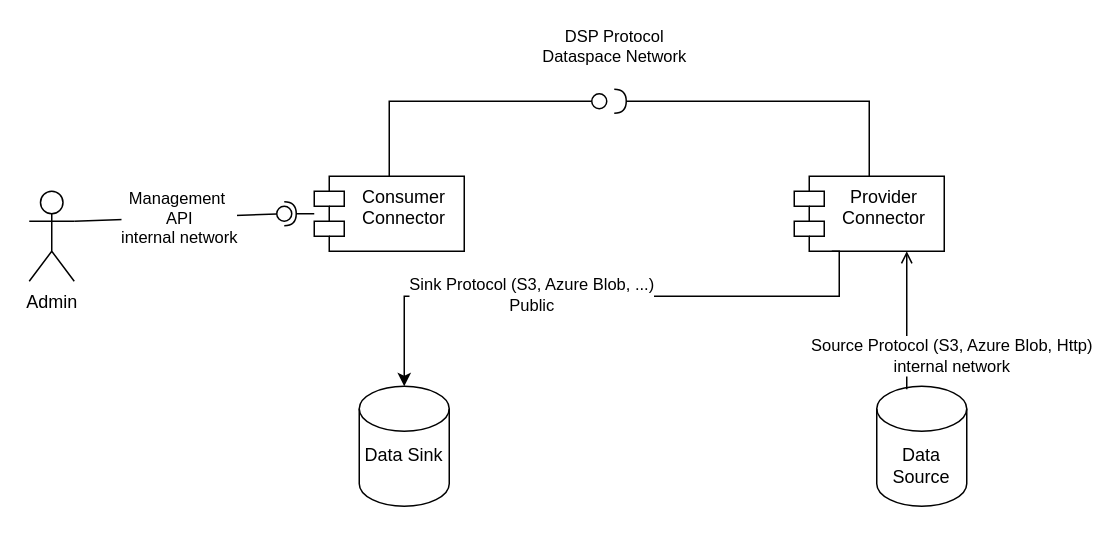
big-data-spaces/connector-api keeps this draw.io diagram as Connect API Collection/connector_api.drawio. Above is the earlier version. Source tidied: cells renumbered, new cells numbered last; positions are measured from the earlier drawing's top-left corner, leaving out a move shared by most shapes. Both pictures are drawn from the tidied source at 150%, with x=0, y=0 at pixel (28, 100).
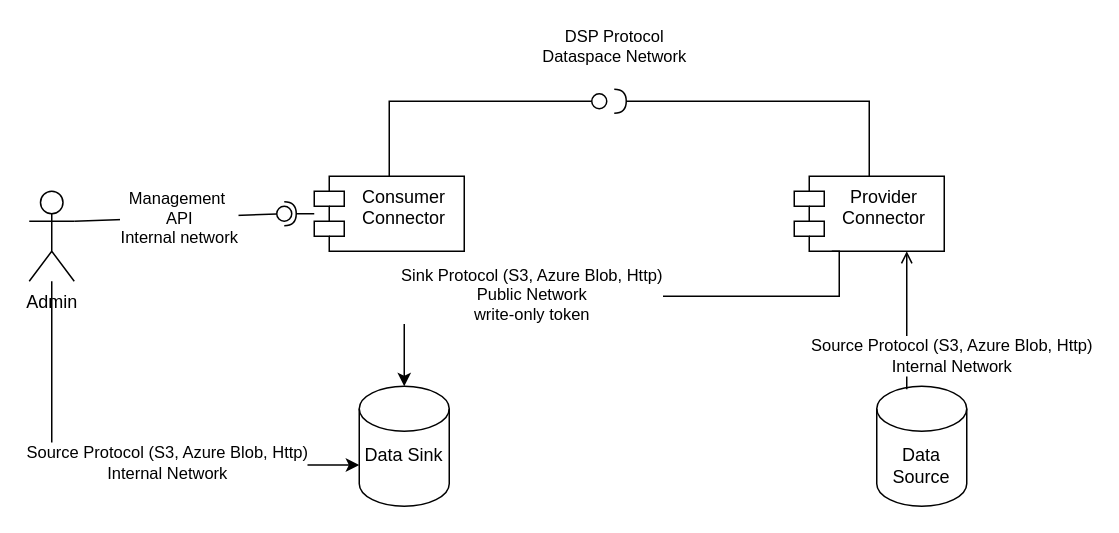
The same diagram, later.

The change refers to these unchanged cells:
```xml
<mxCell id="2" value="Admin" style="shape=umlActor;verticalLabelPosition=bottom;verticalAlign=top;html=1;outlineConnect=0;" parent="1" vertex="1">
  <mxGeometry y="60" width="30" height="60" as="geometry" />
</mxCell>
<mxCell id="4" value="Provider&lt;div&gt;Connector&lt;/div&gt;" style="shape=module;align=left;spacingLeft=20;align=center;verticalAlign=top;whiteSpace=wrap;html=1;" parent="1" vertex="1">
  <mxGeometry x="510" y="50" width="100" height="50" as="geometry" />
</mxCell>
<mxCell id="7" style="ellipse;whiteSpace=wrap;html=1;align=center;fillColor=none;strokeColor=none;perimeter=centerPerimeter;points=[];outlineConnect=1;" parent="1" vertex="1">
  <mxGeometry x="165" y="70" width="10" height="10" as="geometry" />
</mxCell>
<mxCell id="11" style="edgeStyle=orthogonalEdgeStyle;rounded=0;jettySize=auto;html=1;exitX=0.5;exitY=0;exitDx=0;exitDy=0;entryX=0.25;entryY=1;entryDx=0;entryDy=0;startArrow=classic;startFill=1;exitPerimeter=0;endArrow=none;endFill=0;" parent="1" edge="1" source="13" target="4">
  <mxGeometry relative="1" as="geometry">
    <Array as="points">
      <mxPoint x="250" y="130" />
      <mxPoint x="540" y="130" />
      <mxPoint x="540" y="100" />
    </Array>
  </mxGeometry>
</mxCell>
<mxCell id="13" value="Data Sink&lt;div&gt;&lt;br&gt;&lt;/div&gt;" style="shape=cylinder3;whiteSpace=wrap;html=1;boundedLbl=1;backgroundOutline=1;size=15;" parent="1" vertex="1">
  <mxGeometry x="220" y="190" width="60" height="80" as="geometry" />
</mxCell>
<mxCell id="14" value="Data Source" style="shape=cylinder3;whiteSpace=wrap;html=1;boundedLbl=1;backgroundOutline=1;size=15;" parent="1" vertex="1">
  <mxGeometry x="565" y="190" width="60" height="80" as="geometry" />
</mxCell>
```

Diff of the diagram source:
```diff
@@
-    <mxCell id="6" value="Management&amp;nbsp;&lt;div&gt;API&lt;/div&gt;&lt;div&gt;internal network&lt;/div&gt;" style="rounded=0;jettySize=auto;html=1;endArrow=oval;endFill=0;sketch=0;sourcePerimeterSpacing=0;targetPerimeterSpacing=0;endSize=10;exitX=1;exitY=0.3333333333333333;exitDx=0;exitDy=0;exitPerimeter=0;" parent="1" edge="1" source="2" target="7">
+    <mxCell id="6" value="Management&amp;nbsp;&lt;div&gt;API&lt;/div&gt;&lt;div&gt;Internal network&lt;/div&gt;" style="rounded=0;jettySize=auto;html=1;endArrow=oval;endFill=0;sketch=0;sourcePerimeterSpacing=0;targetPerimeterSpacing=0;endSize=10;exitX=1;exitY=0.3333333333333333;exitDx=0;exitDy=0;exitPerimeter=0;" parent="1" edge="1" source="2" target="7">
       <mxGeometry relative="1" as="geometry" />
     </mxCell>
@@
-    <mxCell id="12" value="Sink Protocol (S3, Azure Blob, ...)&lt;div&gt;Public&lt;/div&gt;" style="edgeLabel;html=1;align=center;verticalAlign=middle;" parent="11" vertex="1">
+    <mxCell id="12" value="Sink Protocol (S3, Azure Blob, Http)&lt;div&gt;Public N&lt;span style=&quot;background-color: light-dark(#ffffff, var(--ge-dark-color, #121212)); color: light-dark(rgb(0, 0, 0), rgb(255, 255, 255));&quot;&gt;etwork&lt;/span&gt;&lt;/div&gt;&lt;div&gt;&lt;span style=&quot;background-color: light-dark(#ffffff, var(--ge-dark-color, #121212)); color: light-dark(rgb(0, 0, 0), rgb(255, 255, 255));&quot;&gt;write-only token&lt;/span&gt;&lt;/div&gt;" style="edgeLabel;html=1;align=center;verticalAlign=middle;" parent="11" vertex="1">
       <mxGeometry x="-0.11" y="2" relative="1" as="geometry">
         <mxPoint x="-27" as="offset" />
       </mxGeometry>
     </mxCell>
@@
-    <mxCell id="15" value="Source Protocol (S3, Azure Blob, Http)&lt;div&gt;internal network&lt;/div&gt;" style="edgeStyle=orthogonalEdgeStyle;rounded=0;jettySize=auto;html=1;entryX=0.333;entryY=0.025;entryDx=0;entryDy=0;entryPerimeter=0;startArrow=open;startFill=0;endArrow=none;endFill=0;exitX=0.75;exitY=1;exitDx=0;exitDy=0;" parent="1" edge="1" source="4" target="14">
+    <mxCell id="15" value="Source Protocol (S3, Azure Blob, Http)&lt;div&gt;Internal N&lt;span style=&quot;background-color: light-dark(#ffffff, var(--ge-dark-color, #121212)); color: light-dark(rgb(0, 0, 0), rgb(255, 255, 255));&quot;&gt;etwork&lt;/span&gt;&lt;/div&gt;" style="edgeStyle=orthogonalEdgeStyle;rounded=0;jettySize=auto;html=1;entryX=0.333;entryY=0.025;entryDx=0;entryDy=0;entryPerimeter=0;startArrow=open;startFill=0;endArrow=none;endFill=0;exitX=0.75;exitY=1;exitDx=0;exitDy=0;" parent="1" edge="1" source="4" target="14">
       <mxGeometry x="0.52" y="30" relative="1" as="geometry" />
     </mxCell>
+    <mxCell id="16" value="Source Protocol (S3, Azure Blob, Http)&lt;div&gt;Internal Network&lt;/div&gt;" style="edgeStyle=orthogonalEdgeStyle;rounded=0;jettySize=auto;html=1;entryX=0;entryY=0;entryDx=0;entryDy=52.5;entryPerimeter=0;" parent="1" edge="1" source="2" target="13">
+      <mxGeometry x="0.21" y="3" relative="1" as="geometry">
+        <Array as="points">
+          <mxPoint x="15" y="243" />
+        </Array>
+        <mxPoint x="1" y="1" as="offset" />
+      </mxGeometry>
+    </mxCell>
```
